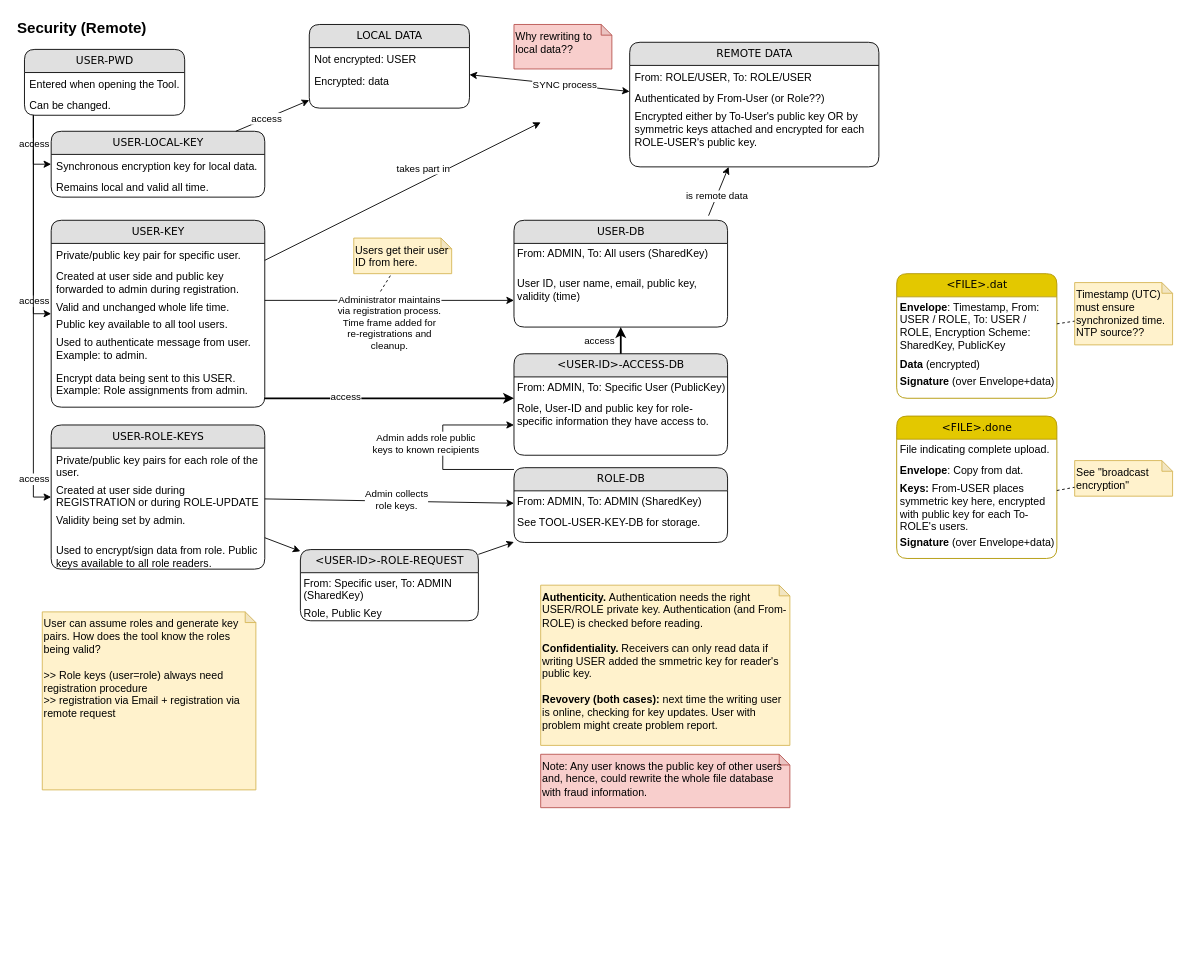
alexander-rd/appxf keeps this draw.io diagram as page "keysAndFiles" (1 of 7) of doc/security.drawio. Above is the earlier version. Source tidied: cells renumbered, new cells numbered last; positions are measured from the earlier drawing's top-left corner, leaving out a move shared by most shapes. Both pictures are drawn from the tidied source at 89%, with x=0, y=0 at pixel (15, 15).
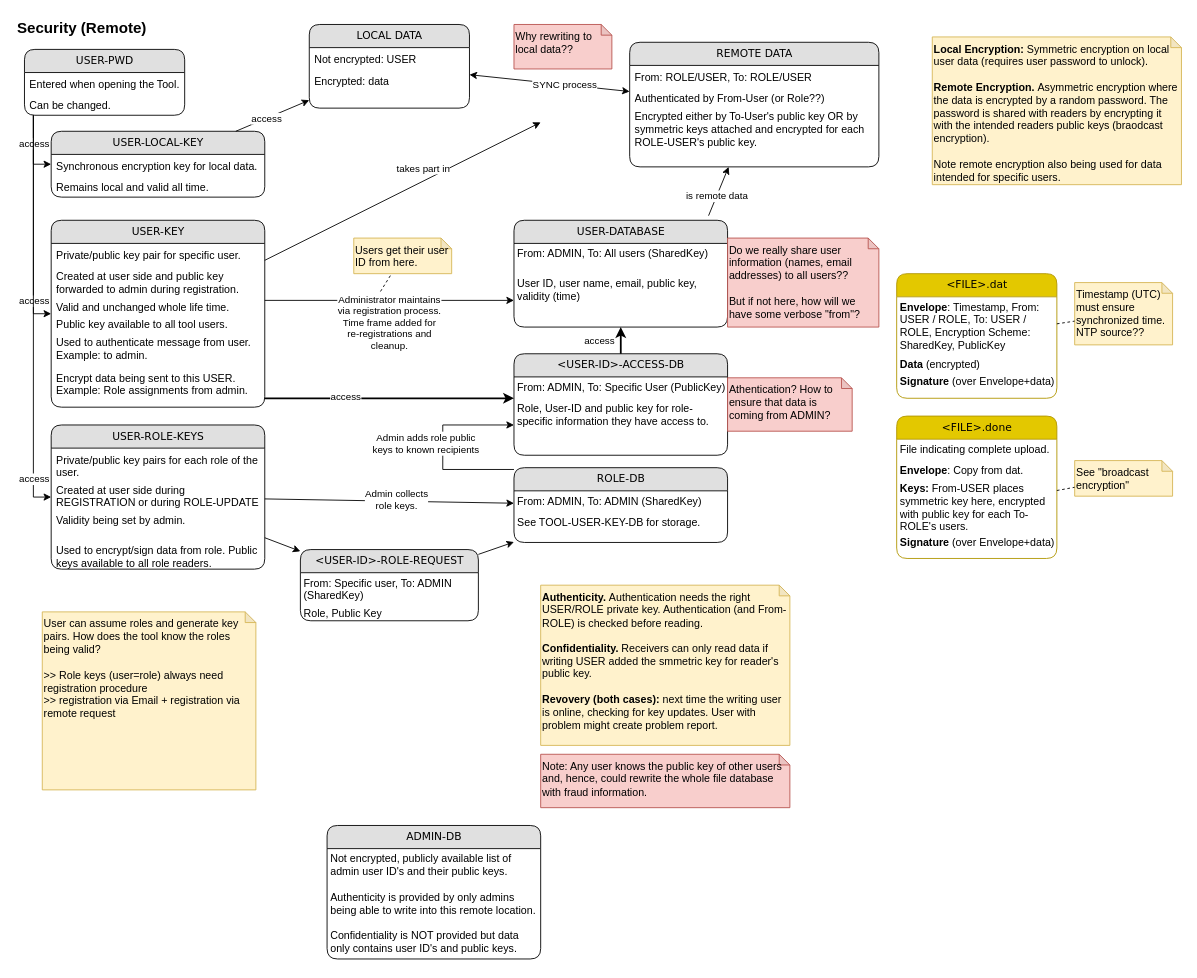
After the change.

Commit message (it also covers changes not shown here):
Provide first draft of stepped chains to allow back and forth processing and plugging together data processing steps.

Change to the diagram source:
```diff
@@
-    <mxCell id="19" value="USER-DB" style="swimlane;html=1;fontStyle=0;horizontal=1;startSize=26;fillColor=#e0e0e0;swimlaneFillColor=#ffffff;align=center;rounded=1;shadow=0;comic=0;labelBackgroundColor=none;strokeWidth=1;fontFamily=Verdana;fontSize=12;" parent="1" vertex="1">
+    <mxCell id="19" value="USER-DATABASE" style="swimlane;html=1;fontStyle=0;horizontal=1;startSize=26;fillColor=#e0e0e0;swimlaneFillColor=#ffffff;align=center;rounded=1;shadow=0;comic=0;labelBackgroundColor=none;strokeWidth=1;fontFamily=Verdana;fontSize=12;" parent="1" vertex="1">
       <mxGeometry x="560" y="230" width="240" height="120" as="geometry" />
     </mxCell>
@@
+    <mxCell id="85" value="&lt;b&gt;Local Encryption: &lt;/b&gt;Symmetric encryption on local user data (requires user password to unlock).&lt;br&gt;&lt;br&gt;&lt;b&gt;Remote Encryption. &lt;/b&gt;Asymmetric encryption where the data is encrypted by a random password. The password is shared with readers by encrypting it with the intended readers public keys (braodcast encryption).&lt;br&gt;&lt;br&gt;Note remote encryption also being used for data intended for specific users." style="shape=note;whiteSpace=wrap;html=1;backgroundOutline=1;darkOpacity=0.05;align=left;size=12;horizontal=1;verticalAlign=top;fillColor=#fff2cc;strokeColor=#d6b656;" parent="1" vertex="1">
+      <mxGeometry x="1030" y="24" width="280" height="166" as="geometry" />
+    </mxCell>
+    <mxCell id="86" value="Athentication? How to ensure that data is coming from ADMIN?" style="shape=note;whiteSpace=wrap;html=1;backgroundOutline=1;darkOpacity=0.05;align=left;size=12;horizontal=1;verticalAlign=top;fillColor=#f8cecc;strokeColor=#b85450;" parent="1" vertex="1">
+      <mxGeometry x="800" y="407" width="140" height="60" as="geometry" />
+    </mxCell>
+    <mxCell id="87" value="ADMIN-DB" style="swimlane;html=1;fontStyle=0;horizontal=1;startSize=26;fillColor=#e0e0e0;swimlaneFillColor=#ffffff;align=center;rounded=1;shadow=0;comic=0;labelBackgroundColor=none;strokeWidth=1;fontFamily=Verdana;fontSize=12;" parent="1" vertex="1">
+      <mxGeometry x="350" y="910" width="240" height="150" as="geometry" />
+    </mxCell>
+    <mxCell id="88" value="Not encrypted, publicly available list of admin user ID's and their public keys.&lt;br&gt;&lt;br&gt;Authenticity is provided by only admins being able to write into this remote location.&lt;br&gt;&lt;br&gt;Confidentiality is NOT provided but data only contains user ID's and public keys." style="text;html=1;strokeColor=none;fillColor=none;spacingLeft=4;spacingRight=4;whiteSpace=wrap;overflow=hidden;spacing=0;" parent="87" vertex="1">
+      <mxGeometry y="26" width="240" height="124" as="geometry" />
+    </mxCell>
+    <mxCell id="89" value="Do we really share user information (names, email addresses) to all users??&lt;br&gt;&lt;br&gt;But if not here, how will we have some verbose &quot;from&quot;?" style="shape=note;whiteSpace=wrap;html=1;backgroundOutline=1;darkOpacity=0.05;align=left;size=12;horizontal=1;verticalAlign=top;fillColor=#f8cecc;strokeColor=#b85450;" parent="1" vertex="1">
+      <mxGeometry x="800" y="250" width="170" height="100" as="geometry" />
+    </mxCell>
```
